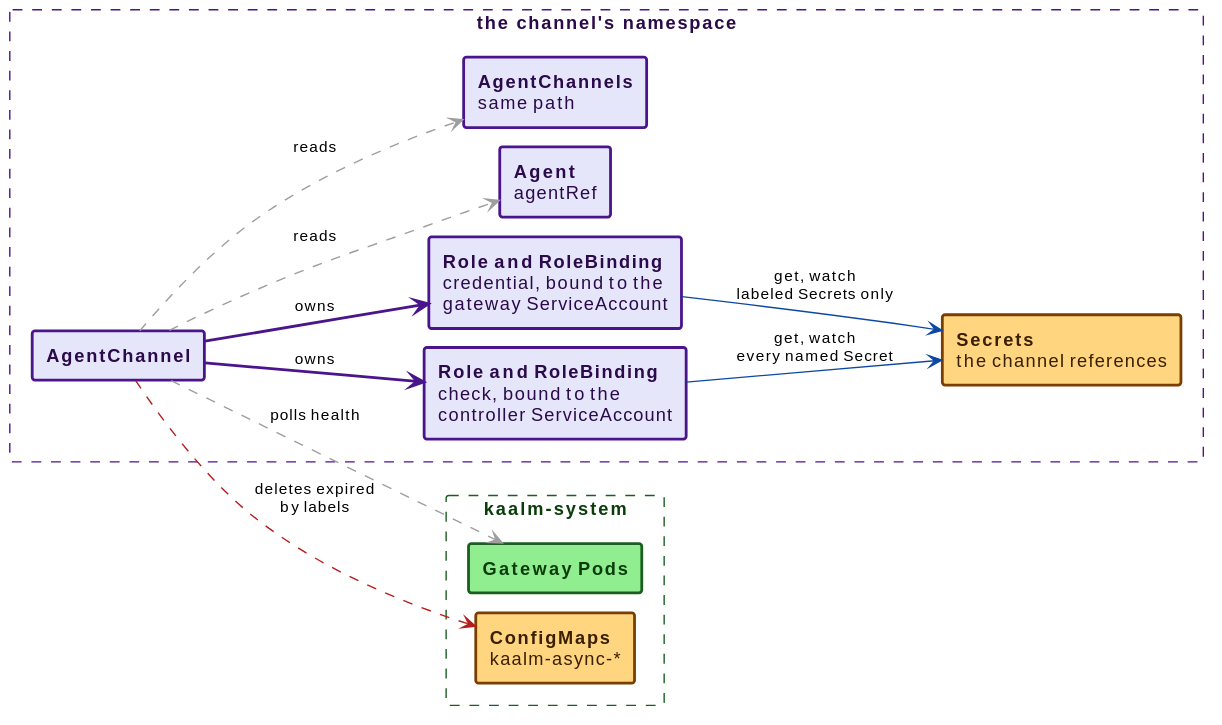
Before: docs/src/diagrams/agentchannel-objects.svg, a diagram exported from PlantUML (win07xp/kaalm).
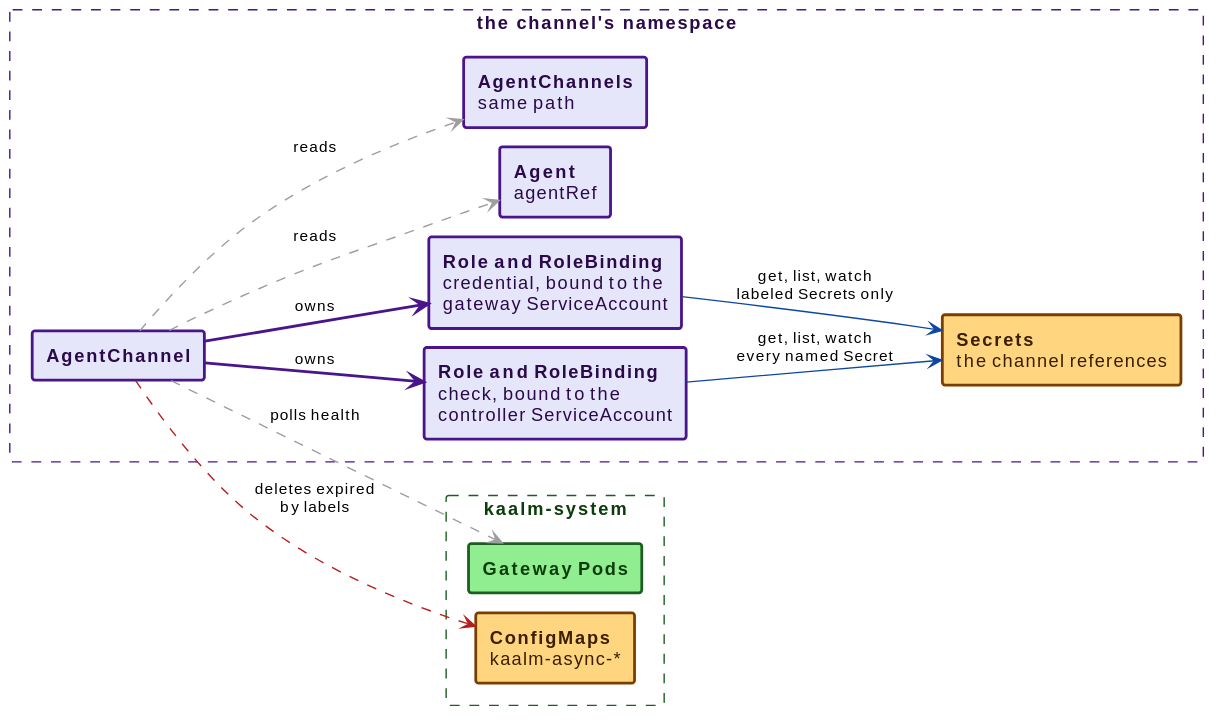
Later version of the same file.

Change to the diagram source:
```diff
@@ -24,8 +24,8 @@
 
 chan -[#4A148C,bold]-> check : owns
 chan -[#4A148C,bold]-> creds : owns
-check -[#0D47A1]-> sec : get, watch\nevery named Secret
-creds -[#0D47A1]-> sec : get, watch\nlabeled Secrets only
+check -[#0D47A1]-> sec : get, list, watch\nevery named Secret
+creds -[#0D47A1]-> sec : get, list, watch\nlabeled Secrets only
 chan -[#9E9E9E,dashed]-> agent : reads
 chan -[#9E9E9E,dashed]-> sib : reads
 chan -[#9E9E9E,dashed]-> gw : polls health
```
